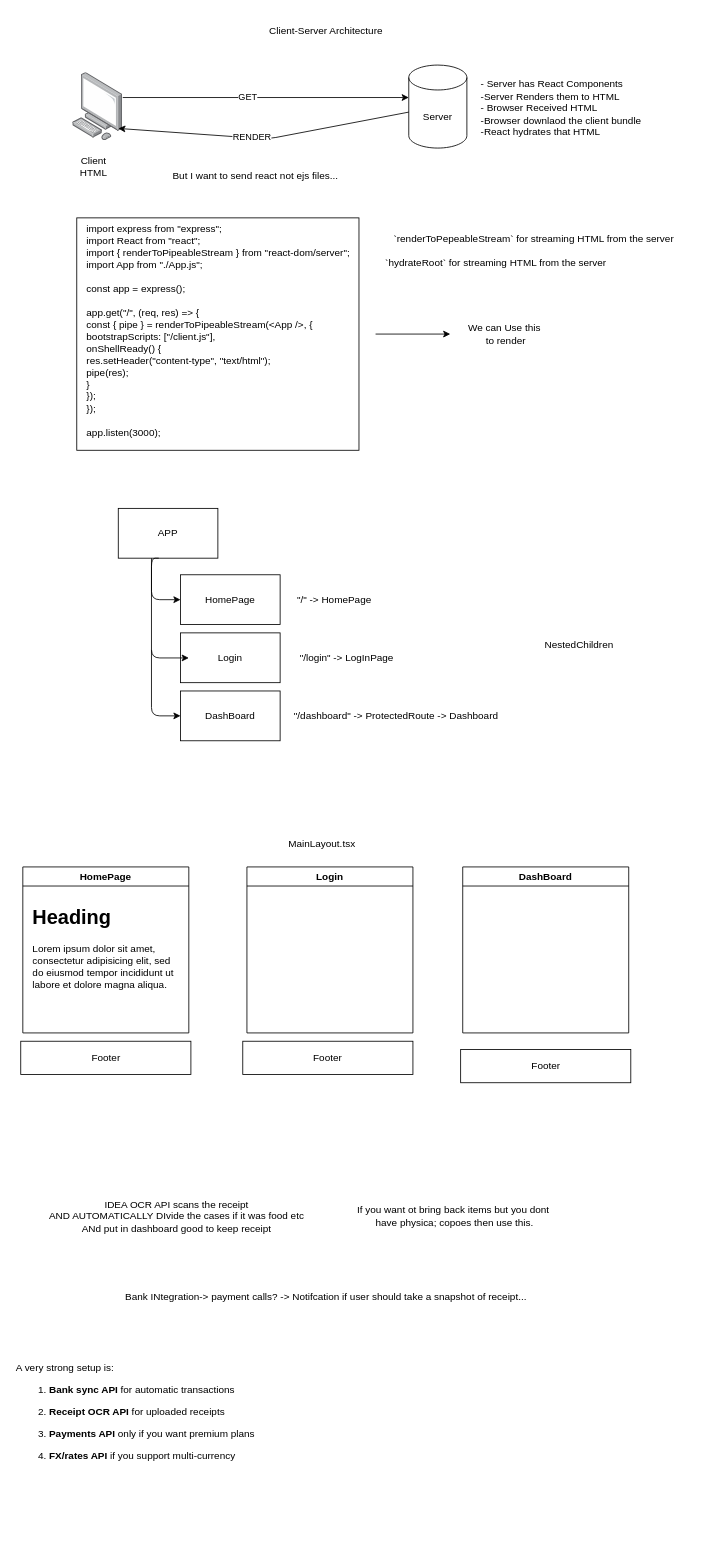
The draw.io diagram page "Routing" (1 of 6) of architecture.drawio in CyrusL06/TrackerGen-, before the edit. Source tidied: cells renumbered, new cells numbered last; positions are measured from the earlier drawing's top-left corner, leaving out a move shared by most shapes. Both pictures are drawn from the tidied source at 83%, with x=0, y=0 at pixel (14, 18).
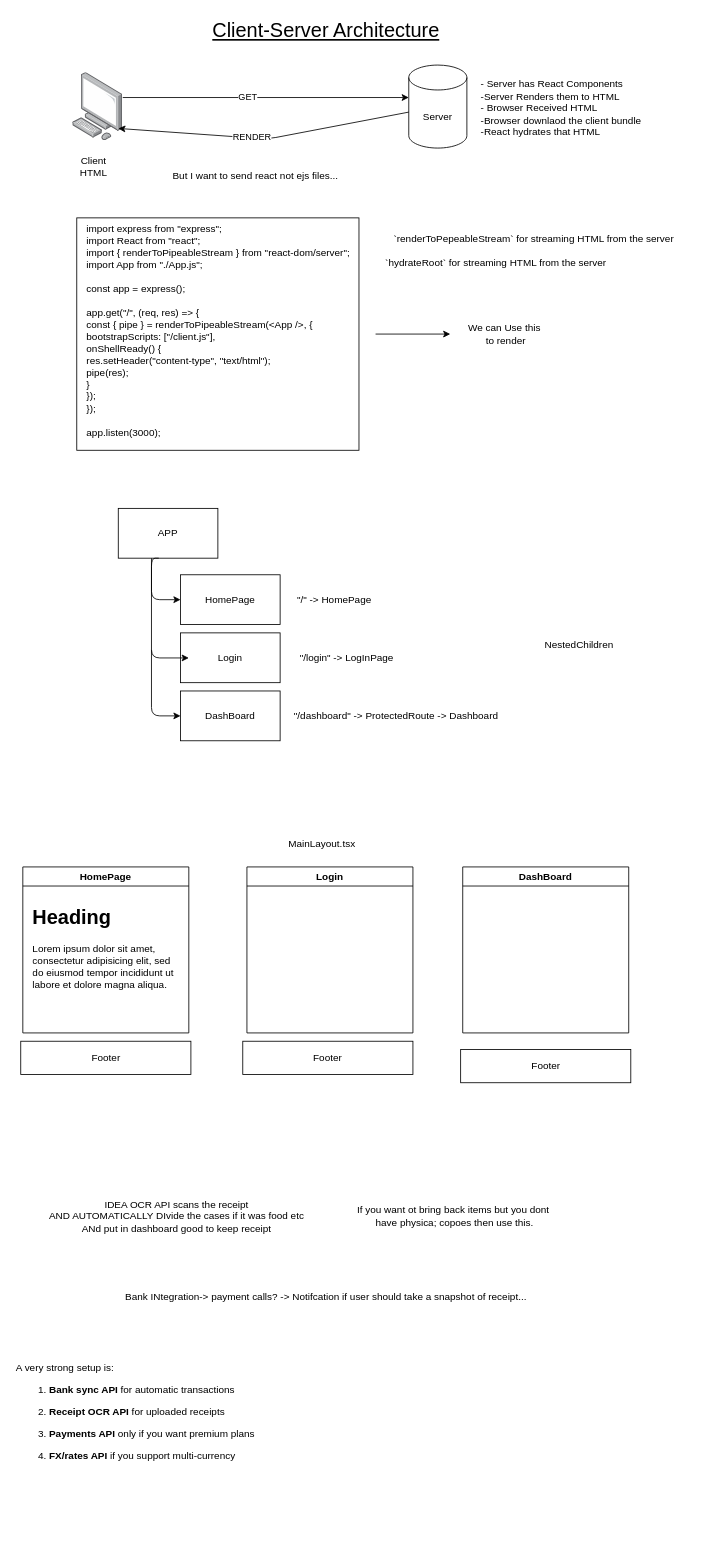
The same diagram, later.

Change to the diagram source:
```diff
@@
-    <mxCell id="9" value="Client-Server Architecture" style="text;html=1;align=center;verticalAlign=middle;strokeColor=none;fillColor=none;" parent="1" vertex="1">
-      <mxGeometry x="295" width="160" height="30" as="geometry" />
+    <mxCell id="9" value="Client-Server Architecture" style="text;html=1;align=center;verticalAlign=middle;strokeColor=none;fillColor=none;fontSize=24;fontStyle=4;" parent="1" vertex="1">
+      <mxGeometry x="225" y="-5" width="300" height="40" as="geometry" />
     </mxCell>
```
